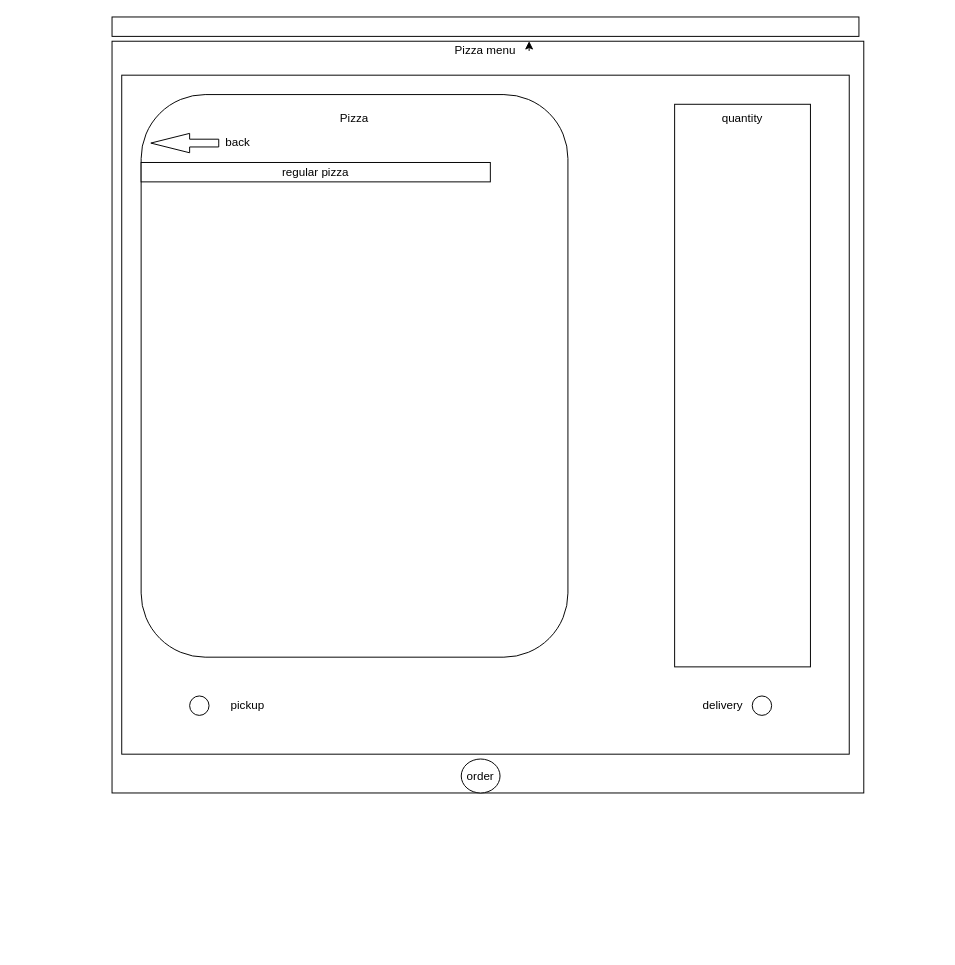
Earlier version of the draw.io diagram Untitled Diagram.drawio (ASDAH-Digtal/pizza-program-Manuhavea). Source tidied: cells renumbered, new cells numbered last; positions are measured from the earlier drawing's top-left corner, leaving out a move shared by most shapes. Both pictures are drawn from the tidied source at 97%, with x=0, y=0 at pixel (112, 16).
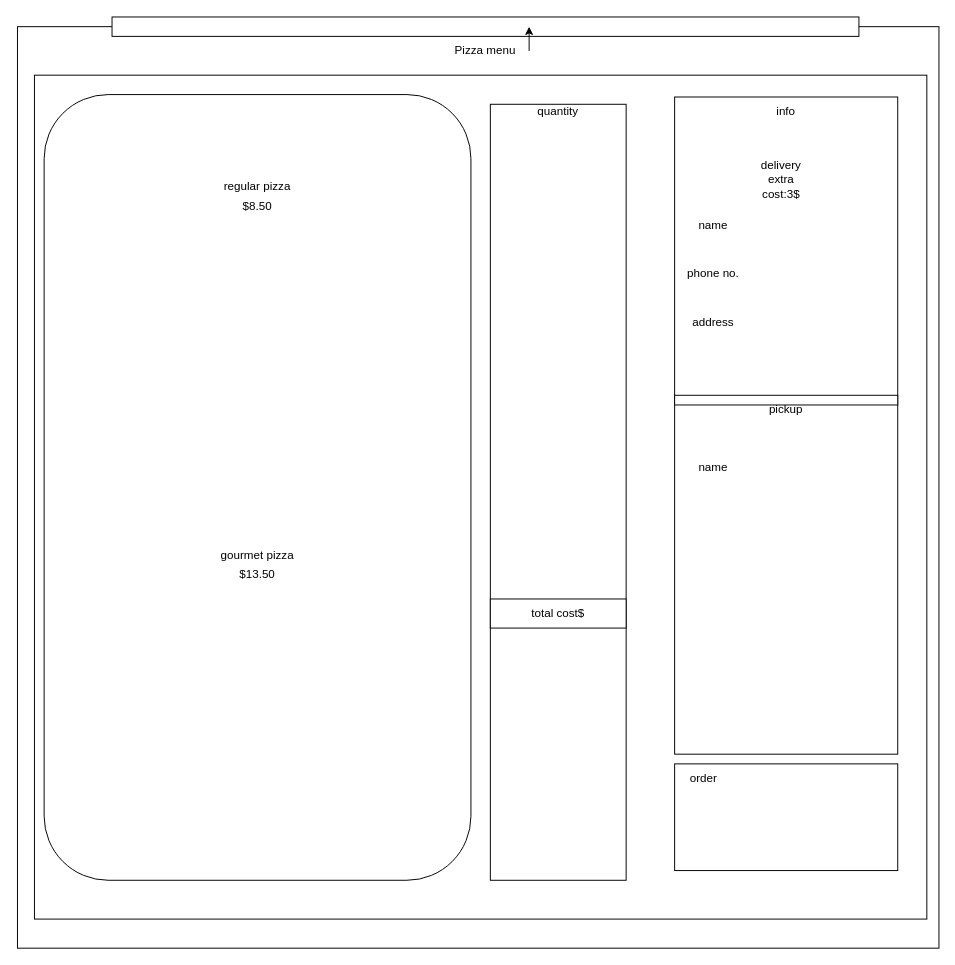
Above is the later version.

The edit, as a diff of the source:
```diff
@@
     <mxCell id="2" style="whiteSpace=wrap;html=1;" parent="1" vertex="1">
-      <mxGeometry y="25" width="775" height="775" as="geometry" />
+      <mxGeometry x="-97.5" y="10" width="950" height="950" as="geometry" />
     </mxCell>
@@
     <mxCell id="4" style="rounded=0;whiteSpace=wrap;html=1;" parent="1" vertex="1">
-      <mxGeometry x="10" y="60" width="750" height="700" as="geometry" />
+      <mxGeometry x="-80" y="60" width="920" height="870" as="geometry" />
     </mxCell>
     <mxCell id="5" style="rounded=1;whiteSpace=wrap;html=1;" parent="1" vertex="1">
-      <mxGeometry x="30" y="80" width="440" height="580" as="geometry" />
+      <mxGeometry x="-70" y="80" width="440" height="810" as="geometry" />
     </mxCell>
-    <mxCell id="6" style="ellipse;whiteSpace=wrap;html=1;" parent="1" vertex="1">
-      <mxGeometry x="80" y="700" width="20" height="20" as="geometry" />
-    </mxCell>
-    <mxCell id="7" style="ellipse;whiteSpace=wrap;html=1;" parent="1" vertex="1">
-      <mxGeometry x="660" y="700" width="20" height="20" as="geometry" />
-    </mxCell>
@@
     <mxCell id="10" style="rounded=0;whiteSpace=wrap;html=1;" parent="1" vertex="1">
-      <mxGeometry x="580" y="90" width="140" height="580" as="geometry" />
+      <mxGeometry x="390" y="90" width="140" height="800" as="geometry" />
     </mxCell>
     <mxCell id="11" value="quantity" style="text;html=1;strokeColor=none;fillColor=none;align=center;verticalAlign=middle;whiteSpace=wrap;rounded=0;" parent="1" vertex="1">
-      <mxGeometry x="620" y="90" width="60" height="30" as="geometry" />
+      <mxGeometry x="430" y="82.5" width="60" height="30" as="geometry" />
     </mxCell>
-    <mxCell id="12" value="Pizza" style="text;html=1;strokeColor=none;fillColor=none;align=center;verticalAlign=middle;whiteSpace=wrap;rounded=0;" parent="1" vertex="1">
-      <mxGeometry x="220" y="90" width="60" height="30" as="geometry" />
-    </mxCell>
+    <mxCell id="20" value="regular pizza" style="text;html=1;strokeColor=none;fillColor=none;align=center;verticalAlign=middle;whiteSpace=wrap;rounded=0;" parent="1" vertex="1">
+      <mxGeometry x="50" y="160" width="200" height="30" as="geometry" />
+    </mxCell>
+    <mxCell id="21" style="rounded=0;whiteSpace=wrap;html=1;" parent="1" vertex="1">
+      <mxGeometry x="580" y="82.5" width="230" height="677.5" as="geometry" />
+    </mxCell>
+    <mxCell id="22" value="info" style="text;html=1;strokeColor=none;fillColor=none;align=center;verticalAlign=middle;whiteSpace=wrap;rounded=0;" parent="1" vertex="1">
+      <mxGeometry x="665" y="82.5" width="60" height="30" as="geometry" />
+    </mxCell>
+    <mxCell id="23" value="name" style="text;html=1;strokeColor=none;fillColor=none;align=center;verticalAlign=middle;whiteSpace=wrap;rounded=0;" parent="1" vertex="1">
+      <mxGeometry x="590" y="200" width="60" height="30" as="geometry" />
+    </mxCell>
+    <mxCell id="24" value="phone no." style="text;html=1;strokeColor=none;fillColor=none;align=center;verticalAlign=middle;whiteSpace=wrap;rounded=0;" parent="1" vertex="1">
+      <mxGeometry x="590" y="250" width="60" height="30" as="geometry" />
+    </mxCell>
+    <mxCell id="25" value="address" style="text;html=1;strokeColor=none;fillColor=none;align=center;verticalAlign=middle;whiteSpace=wrap;rounded=0;" parent="1" vertex="1">
+      <mxGeometry x="590" y="300" width="60" height="30" as="geometry" />
+    </mxCell>
+    <mxCell id="26" value="$8.50" style="text;html=1;strokeColor=none;fillColor=none;align=center;verticalAlign=middle;whiteSpace=wrap;rounded=0;" parent="1" vertex="1">
+      <mxGeometry x="120" y="180" width="60" height="30" as="geometry" />
+    </mxCell>
+    <mxCell id="14" value="delivery" style="text;html=1;strokeColor=none;fillColor=none;align=center;verticalAlign=middle;whiteSpace=wrap;rounded=0;" parent="1" vertex="1">
+      <mxGeometry x="660" y="142.5" width="60" height="20" as="geometry" />
+    </mxCell>
     <mxCell id="13" value="pickup" style="text;html=1;strokeColor=none;fillColor=none;align=center;verticalAlign=middle;whiteSpace=wrap;rounded=0;" parent="1" vertex="1">
-      <mxGeometry x="110" y="695" width="60" height="30" as="geometry" />
+      <mxGeometry x="665" y="390" width="60" height="30" as="geometry" />
     </mxCell>
-    <mxCell id="14" value="delivery" style="text;html=1;strokeColor=none;fillColor=none;align=center;verticalAlign=middle;whiteSpace=wrap;rounded=0;" parent="1" vertex="1">
-      <mxGeometry x="600" y="695" width="60" height="30" as="geometry" />
-    </mxCell>
-    <mxCell id="15" style="rounded=0;whiteSpace=wrap;html=1;" parent="1" vertex="1">
-      <mxGeometry x="30" y="150" width="360" height="20" as="geometry" />
-    </mxCell>
-    <mxCell id="16" style="ellipse;whiteSpace=wrap;html=1;" parent="1" vertex="1">
-      <mxGeometry x="360" y="765" width="40" height="35" as="geometry" />
-    </mxCell>
+    <mxCell id="27" value="name" style="text;html=1;strokeColor=none;fillColor=none;align=center;verticalAlign=middle;whiteSpace=wrap;rounded=0;" parent="1" vertex="1">
+      <mxGeometry x="590" y="450" width="60" height="30" as="geometry" />
+    </mxCell>
+    <mxCell id="28" value="extra cost:3$" style="text;html=1;strokeColor=none;fillColor=none;align=center;verticalAlign=middle;whiteSpace=wrap;rounded=0;" parent="1" vertex="1">
+      <mxGeometry x="660" y="160" width="60" height="30" as="geometry" />
+    </mxCell>
+    <mxCell id="29" value="gourmet pizza" style="text;html=1;strokeColor=none;fillColor=none;align=center;verticalAlign=middle;whiteSpace=wrap;rounded=0;" parent="1" vertex="1">
+      <mxGeometry x="80" y="540" width="140" height="30" as="geometry" />
+    </mxCell>
+    <mxCell id="30" value="$13.50" style="text;html=1;strokeColor=none;fillColor=none;align=center;verticalAlign=middle;whiteSpace=wrap;rounded=0;" parent="1" vertex="1">
+      <mxGeometry x="120" y="560" width="60" height="30" as="geometry" />
+    </mxCell>
+    <mxCell id="31" style="rounded=0;whiteSpace=wrap;html=1;" parent="1" vertex="1">
+      <mxGeometry x="580" y="390" width="230" height="10" as="geometry" />
+    </mxCell>
+    <mxCell id="32" style="rounded=0;whiteSpace=wrap;html=1;" parent="1" vertex="1">
+      <mxGeometry x="390" y="600" width="140" height="30" as="geometry" />
+    </mxCell>
+    <mxCell id="33" value="total cost$" style="text;html=1;strokeColor=none;fillColor=none;align=center;verticalAlign=middle;whiteSpace=wrap;rounded=0;" parent="1" vertex="1">
+      <mxGeometry x="430" y="600" width="60" height="30" as="geometry" />
+    </mxCell>
+    <mxCell id="34" style="rounded=0;whiteSpace=wrap;html=1;" parent="1" vertex="1">
+      <mxGeometry x="580" y="770" width="230" height="110" as="geometry" />
+    </mxCell>
     <mxCell id="17" value="order" style="text;html=1;strokeColor=none;fillColor=none;align=center;verticalAlign=middle;whiteSpace=wrap;rounded=0;" parent="1" vertex="1">
-      <mxGeometry x="350" y="767.5" width="60" height="30" as="geometry" />
+      <mxGeometry x="580" y="770" width="60" height="30" as="geometry" />
     </mxCell>
-    <mxCell id="18" style="html=1;shadow=0;dashed=0;align=center;verticalAlign=middle;shape=mxgraph.arrows2.arrow;dy=0.6;dx=40;flipH=1;notch=0;" parent="1" vertex="1">
-      <mxGeometry x="40" y="120" width="70" height="20" as="geometry" />
-    </mxCell>
-    <mxCell id="19" value="back" style="text;html=1;strokeColor=none;fillColor=none;align=center;verticalAlign=middle;whiteSpace=wrap;rounded=0;" parent="1" vertex="1">
-      <mxGeometry x="110" y="122.5" width="40" height="15" as="geometry" />
-    </mxCell>
-    <mxCell id="20" value="regular pizza" style="text;html=1;strokeColor=none;fillColor=none;align=center;verticalAlign=middle;whiteSpace=wrap;rounded=0;" parent="1" vertex="1">
-      <mxGeometry x="110" y="145" width="200" height="30" as="geometry" />
-    </mxCell>
```
